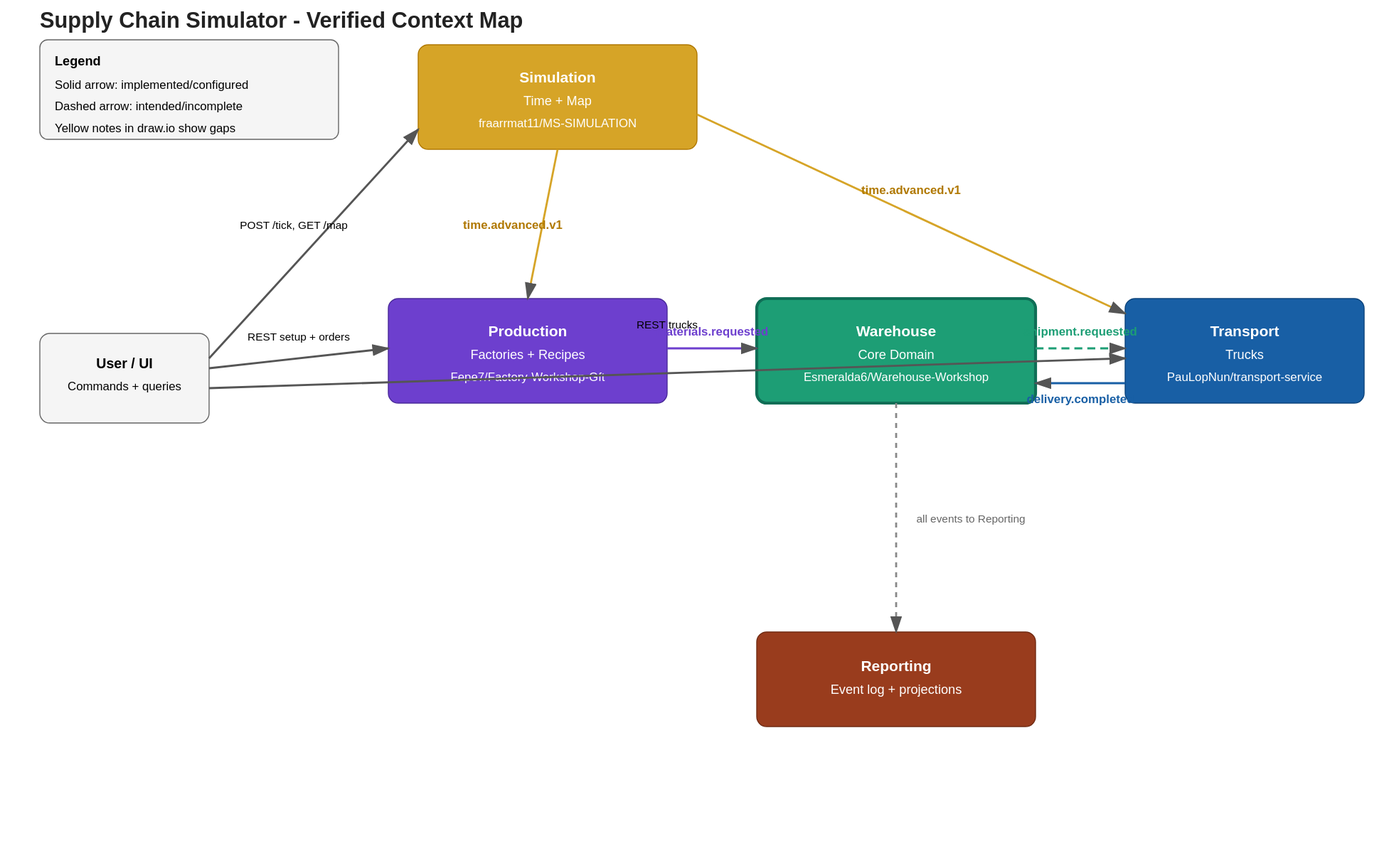
The draw.io diagram context-map.drawio.svg in PauLopNun/workshop-suministros, before a commit. Source tidied: cells renumbered, new cells last; positions are measured from the earlier drawing's top-left corner, leaving out a move shared by most shapes.
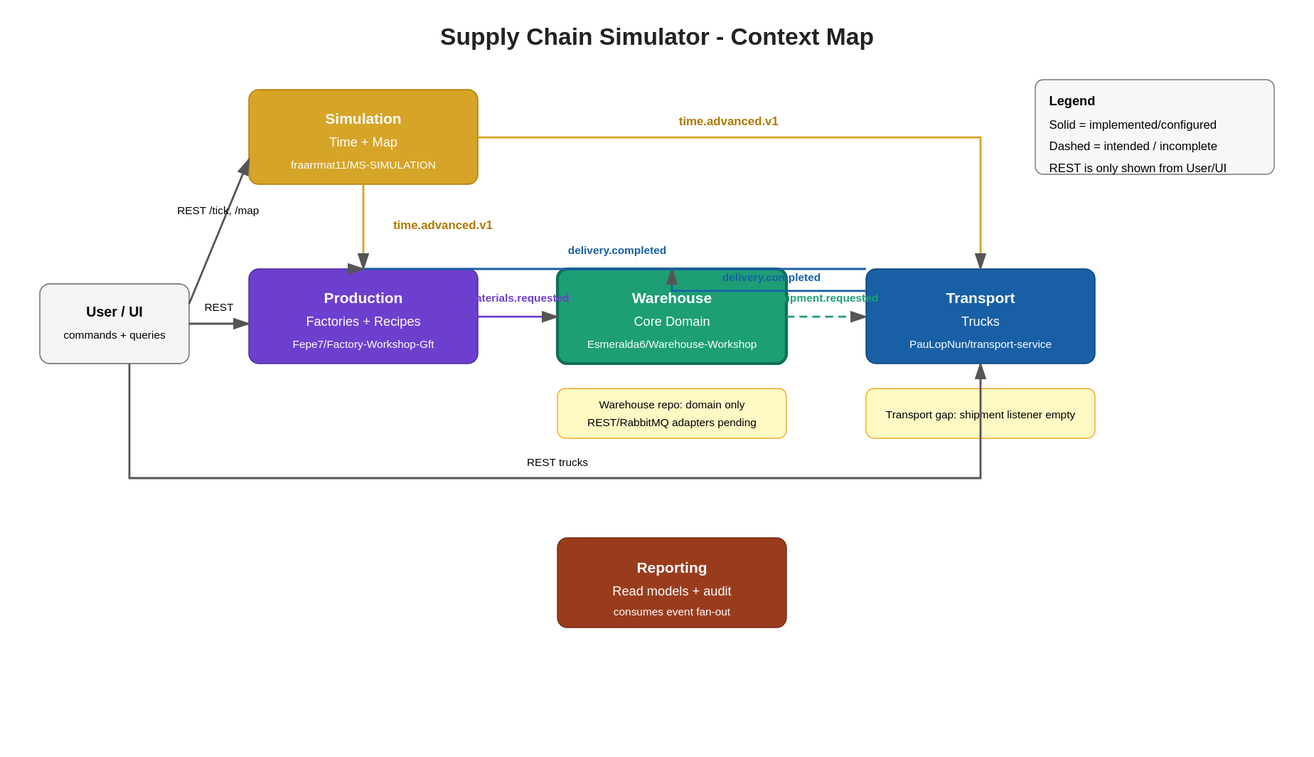
The same diagram one commit later.

Commit message:
docs: simplify context map layout

The edit, as a diff of the source:
```diff
@@ -2,77 +2,113 @@
   <root>
     <mxCell id="0" />
     <mxCell id="1" parent="0" />
+    <mxCell id="26" value="Supply Chain Simulator - Context Map" style="text;html=1;strokeColor=none;fillColor=none;align=center;verticalAlign=middle;fontSize=24;fontStyle=1;fontColor=#222222;" parent="1" vertex="1">
+      <mxGeometry x="350" y="-20" width="540" height="40" as="geometry" />
+    </mxCell>
-    <mxCell id="2" value="&lt;b&gt;User / UI&lt;/b&gt;&lt;br&gt;Commands + queries" style="rounded=1;whiteSpace=wrap;html=1;fillColor=#f5f5f5;strokeColor=#666666;fontColor=#333333;fontSize=14;align=center;verticalAlign=middle;" parent="1" vertex="1">
-      <mxGeometry y="295" width="170" height="90" as="geometry" />
+    <mxCell id="2" value="&lt;b&gt;User / UI&lt;/b&gt;&lt;br&gt;&lt;font style=&quot;font-size: 11px;&quot;&gt;commands + queries&lt;/font&gt;" style="rounded=1;whiteSpace=wrap;html=1;fillColor=#f5f5f5;strokeColor=#666666;fontColor=#333333;fontSize=14;align=center;verticalAlign=middle;" parent="1" vertex="1">
+      <mxGeometry y="245" width="150" height="80" as="geometry" />
     </mxCell>
-    <mxCell id="3" value="&lt;b&gt;Simulation&lt;/b&gt;&lt;br&gt;Time + Map&lt;br&gt;fraarrmat11/MS-SIMULATION" style="rounded=1;whiteSpace=wrap;html=1;fillColor=#d6a427;strokeColor=#b07800;fontColor=#ffffff;fontSize=14;align=center;verticalAlign=middle;" parent="1" vertex="1">
-      <mxGeometry x="380" y="5" width="280" height="105" as="geometry" />
+    <mxCell id="3" value="&lt;b&gt;Simulation&lt;/b&gt;&lt;br&gt;Time + Map&lt;br&gt;&lt;font style=&quot;font-size: 11px;&quot;&gt;fraarrmat11/MS-SIMULATION&lt;/font&gt;" style="rounded=1;whiteSpace=wrap;html=1;fillColor=#d6a427;strokeColor=#b07800;fontColor=#ffffff;fontSize=14;align=center;verticalAlign=middle;" parent="1" vertex="1">
+      <mxGeometry x="210" y="50" width="230" height="95" as="geometry" />
     </mxCell>
-    <mxCell id="4" value="&lt;b&gt;Production&lt;/b&gt;&lt;br&gt;Factories + Recipes&lt;br&gt;Fepe7/Factory-Workshop-Gft" style="rounded=1;whiteSpace=wrap;html=1;fillColor=#6d3fce;strokeColor=#4a2a9a;fontColor=#ffffff;fontSize=14;align=center;verticalAlign=middle;" parent="1" vertex="1">
-      <mxGeometry x="350" y="260" width="280" height="105" as="geometry" />
+    <mxCell id="4" value="&lt;b&gt;Production&lt;/b&gt;&lt;br&gt;Factories + Recipes&lt;br&gt;&lt;font style=&quot;font-size: 11px;&quot;&gt;Fepe7/Factory-Workshop-Gft&lt;/font&gt;" style="rounded=1;whiteSpace=wrap;html=1;fillColor=#6d3fce;strokeColor=#4a2a9a;fontColor=#ffffff;fontSize=14;align=center;verticalAlign=middle;" parent="1" vertex="1">
+      <mxGeometry x="210" y="230" width="230" height="95" as="geometry" />
     </mxCell>
-    <mxCell id="5" value="&lt;b&gt;Warehouse&lt;/b&gt;&lt;br&gt;Core Domain&lt;br&gt;Esmeralda6/Warehouse-Workshop" style="rounded=1;whiteSpace=wrap;html=1;fillColor=#1d9e75;strokeColor=#0f6e56;fontColor=#ffffff;fontSize=14;align=center;verticalAlign=middle;strokeWidth=3;" parent="1" vertex="1">
-      <mxGeometry x="720" y="260" width="280" height="105" as="geometry" />
+    <mxCell id="5" value="&lt;b&gt;Warehouse&lt;/b&gt;&lt;br&gt;Core Domain&lt;br&gt;&lt;font style=&quot;font-size: 11px;&quot;&gt;Esmeralda6/Warehouse-Workshop&lt;/font&gt;" style="rounded=1;whiteSpace=wrap;html=1;fillColor=#1d9e75;strokeColor=#0f6e56;fontColor=#ffffff;fontSize=14;align=center;verticalAlign=middle;strokeWidth=3;" parent="1" vertex="1">
+      <mxGeometry x="520" y="230" width="230" height="95" as="geometry" />
     </mxCell>
-    <mxCell id="6" value="&lt;b&gt;Transport&lt;/b&gt;&lt;br&gt;Trucks&lt;br&gt;PauLopNun/transport-service" style="rounded=1;whiteSpace=wrap;html=1;fillColor=#185fa5;strokeColor=#0c447c;fontColor=#ffffff;fontSize=14;align=center;verticalAlign=middle;" parent="1" vertex="1">
-      <mxGeometry x="1090" y="260" width="240" height="105" as="geometry" />
+    <mxCell id="6" value="&lt;b&gt;Transport&lt;/b&gt;&lt;br&gt;Trucks&lt;br&gt;&lt;font style=&quot;font-size: 11px;&quot;&gt;PauLopNun/transport-service&lt;/font&gt;" style="rounded=1;whiteSpace=wrap;html=1;fillColor=#185fa5;strokeColor=#0c447c;fontColor=#ffffff;fontSize=14;align=center;verticalAlign=middle;" parent="1" vertex="1">
+      <mxGeometry x="830" y="230" width="230" height="95" as="geometry" />
     </mxCell>
-    <mxCell id="7" value="&lt;b&gt;Reporting&lt;/b&gt;&lt;br&gt;Event log + projections" style="rounded=1;whiteSpace=wrap;html=1;fillColor=#993c1d;strokeColor=#712b13;fontColor=#ffffff;fontSize=14;align=center;verticalAlign=middle;" parent="1" vertex="1">
-      <mxGeometry x="720" y="595" width="280" height="95" as="geometry" />
+    <mxCell id="7" value="&lt;b&gt;Reporting&lt;/b&gt;&lt;br&gt;Read models + audit&lt;br&gt;&lt;font style=&quot;font-size: 11px;&quot;&gt;consumes event fan-out&lt;/font&gt;" style="rounded=1;whiteSpace=wrap;html=1;fillColor=#993c1d;strokeColor=#712b13;fontColor=#ffffff;fontSize=14;align=center;verticalAlign=middle;" parent="1" vertex="1">
+      <mxGeometry x="520" y="500" width="230" height="90" as="geometry" />
     </mxCell>
+    <mxCell id="12" value="&lt;b&gt;Legend&lt;/b&gt;&lt;br&gt;Solid = implemented/configured&lt;br&gt;Dashed = intended / incomplete&lt;br&gt;REST is only shown from User/UI" style="rounded=1;whiteSpace=wrap;html=1;fillColor=#f7f7f7;strokeColor=#777777;fontColor=#333333;fontSize=12;align=left;verticalAlign=middle;spacingLeft=10;" parent="1" vertex="1">
+      <mxGeometry x="1000" y="40" width="240" height="95" as="geometry" />
+    </mxCell>
+    <mxCell id="27" value="Warehouse repo: domain only&lt;br&gt;REST/RabbitMQ adapters pending" style="rounded=1;whiteSpace=wrap;html=1;fillColor=#fff9c4;strokeColor=#f9a825;fontColor=#333333;fontSize=11;align=center;verticalAlign=middle;" parent="1" vertex="1">
+      <mxGeometry x="520" y="350" width="230" height="50" as="geometry" />
+    </mxCell>
+    <mxCell id="28" value="Transport gap: shipment listener empty" style="rounded=1;whiteSpace=wrap;html=1;fillColor=#fff9c4;strokeColor=#f9a825;fontColor=#333333;fontSize=11;align=center;verticalAlign=middle;" parent="1" vertex="1">
+      <mxGeometry x="830" y="350" width="230" height="50" as="geometry" />
+    </mxCell>
-    <mxCell id="8" value="&lt;b&gt;REST&lt;/b&gt;&lt;br&gt;POST /tick&lt;br&gt;GET /map" style="rounded=1;whiteSpace=wrap;html=1;fillColor=#fff2cc;strokeColor=#d6b656;fontColor=#333333;fontSize=11;align=center;verticalAlign=middle;" parent="1" vertex="1">
-      <mxGeometry x="385" y="125" width="270" height="70" as="geometry" />
+    <mxCell id="8" value="REST&lt;br&gt;POST /tick&lt;br&gt;GET /map" style="edgeStyle=orthogonalEdgeStyle;rounded=1;html=1;strokeColor=#555555;fontColor=#555555;fontSize=11;endArrow=block;endFill=1;labelBackgroundColor=#ffffff;" parent="1" edge="1" source="2" target="3">
+      <mxGeometry relative="1" as="geometry" />
     </mxCell>
-    <mxCell id="9" value="&lt;b&gt;REST&lt;/b&gt;&lt;br&gt;POST /factories, POST /recipes&lt;br&gt;GET /recipes, GET /factories/{productId}&lt;br&gt;POST /warehouses/{warehouseId}/orders" style="rounded=1;whiteSpace=wrap;html=1;fillColor=#e1d5e7;strokeColor=#9673a6;fontColor=#333333;fontSize=11;align=center;verticalAlign=middle;" parent="1" vertex="1">
-      <mxGeometry x="330" y="380" width="320" height="82" as="geometry" />
-    </mxCell>
-    <mxCell id="10" value="&lt;b&gt;Repo status&lt;/b&gt;&lt;br&gt;Domain implemented&lt;br&gt;REST/RabbitMQ adapters pending&lt;br&gt;shipment.requested.v1 intended" style="rounded=1;whiteSpace=wrap;html=1;fillColor=#fff9c4;strokeColor=#f9a825;fontColor=#333333;fontSize=11;align=center;verticalAlign=middle;" parent="1" vertex="1">
-      <mxGeometry x="720" y="380" width="280" height="82" as="geometry" />
-    </mxCell>
-    <mxCell id="11" value="&lt;b&gt;REST&lt;/b&gt;&lt;br&gt;POST /trucks&lt;br&gt;GET /trucks&lt;br&gt;&lt;b&gt;Gap&lt;/b&gt; shipment listener empty" style="rounded=1;whiteSpace=wrap;html=1;fillColor=#dae8fc;strokeColor=#6c8ebf;fontColor=#333333;fontSize=11;align=center;verticalAlign=middle;" parent="1" vertex="1">
-      <mxGeometry x="1090" y="380" width="240" height="82" as="geometry" />
-    </mxCell>
-    <mxCell id="12" value="&lt;b&gt;Legend&lt;/b&gt;&lt;br&gt;Solid arrow: implemented/configured&lt;br&gt;Dashed arrow: intended or incomplete&lt;br&gt;Reporting consumes event fan-out" style="rounded=1;whiteSpace=wrap;html=1;fillColor=#f5f5f5;strokeColor=#666666;fontColor=#333333;fontSize=12;align=left;verticalAlign=middle;spacingLeft=10;" parent="1" vertex="1">
-      <mxGeometry width="300" height="100" as="geometry" />
-    </mxCell>
-    <mxCell id="13" value="REST commands / reads" style="edgeStyle=orthogonalEdgeStyle;rounded=1;html=1;strokeColor=#555555;fontColor=#555555;fontSize=11;endArrow=block;endFill=1;" parent="1" edge="1" source="2" target="3">
-      <mxGeometry relative="1" as="geometry" />
-    </mxCell>
-    <mxCell id="14" value="REST setup + store order" style="edgeStyle=orthogonalEdgeStyle;rounded=1;html=1;strokeColor=#555555;fontColor=#555555;fontSize=11;endArrow=block;endFill=1;" parent="1" edge="1" source="2" target="4">
+    <mxCell id="14" value="REST&lt;br&gt;setup + orders" style="edgeStyle=orthogonalEdgeStyle;rounded=1;html=1;strokeColor=#555555;fontColor=#555555;fontSize=11;endArrow=block;endFill=1;labelBackgroundColor=#ffffff;" parent="1" edge="1" source="2" target="4">
       <mxGeometry relative="1" as="geometry" />
     </mxCell>
-    <mxCell id="15" value="REST truck admin / initial state" style="edgeStyle=orthogonalEdgeStyle;rounded=1;html=1;strokeColor=#555555;fontColor=#555555;fontSize=11;endArrow=block;endFill=1;" parent="1" edge="1" source="2" target="6">
-      <mxGeometry relative="1" as="geometry" />
+    <mxCell id="15" value="REST&lt;br&gt;POST /trucks&lt;br&gt;GET /trucks" style="edgeStyle=orthogonalEdgeStyle;rounded=1;html=1;strokeColor=#555555;fontColor=#555555;fontSize=11;endArrow=block;endFill=1;labelBackgroundColor=#ffffff;" parent="1" edge="1" source="2" target="6">
+      <mxGeometry relative="1" as="geometry">
+        <Array as="points">
+          <mxPoint x="90" y="440" />
+          <mxPoint x="945" y="440" />
+        </Array>
+      </mxGeometry>
     </mxCell>
-    <mxCell id="16" value="time.advanced.v1" style="edgeStyle=orthogonalEdgeStyle;rounded=1;html=1;strokeColor=#d6a427;fontColor=#d6a427;fontSize=12;fontStyle=1;endArrow=block;endFill=1;" parent="1" edge="1" source="3" target="4">
+    <mxCell id="16" value="time.advanced.v1" style="edgeStyle=orthogonalEdgeStyle;rounded=1;html=1;strokeColor=#d6a427;fontColor=#b07800;fontSize=12;fontStyle=1;endArrow=block;endFill=1;labelBackgroundColor=#ffffff;" parent="1" edge="1" source="3" target="4">
       <mxGeometry relative="1" as="geometry" />
     </mxCell>
-    <mxCell id="17" value="time.advanced.v1" style="edgeStyle=orthogonalEdgeStyle;rounded=1;html=1;strokeColor=#d6a427;fontColor=#d6a427;fontSize=12;fontStyle=1;endArrow=block;endFill=1;" parent="1" edge="1" source="3" target="6">
-      <mxGeometry relative="1" as="geometry" />
+    <mxCell id="17" value="time.advanced.v1" style="edgeStyle=orthogonalEdgeStyle;rounded=1;html=1;strokeColor=#d6a427;fontColor=#b07800;fontSize=12;fontStyle=1;endArrow=block;endFill=1;labelBackgroundColor=#ffffff;" parent="1" edge="1" source="3" target="6">
+      <mxGeometry relative="1" as="geometry">
+        <Array as="points">
+          <mxPoint x="945" y="98" />
+        </Array>
+      </mxGeometry>
     </mxCell>
-    <mxCell id="18" value="production.materials.requested.v1" style="edgeStyle=orthogonalEdgeStyle;rounded=1;html=1;strokeColor=#6d3fce;fontColor=#6d3fce;fontSize=12;fontStyle=1;endArrow=block;endFill=1;" parent="1" edge="1" source="4" target="5">
+    <mxCell id="18" value="production.materials.requested.v1" style="edgeStyle=orthogonalEdgeStyle;rounded=1;html=1;strokeColor=#6d3fce;fontColor=#6d3fce;fontSize=12;fontStyle=1;endArrow=block;endFill=1;labelBackgroundColor=#ffffff;" parent="1" edge="1" source="4" target="5">
       <mxGeometry relative="1" as="geometry" />
     </mxCell>
-    <mxCell id="19" value="shipment.requested.v1" style="edgeStyle=orthogonalEdgeStyle;rounded=1;html=1;strokeColor=#1d9e75;fontColor=#1d9e75;fontSize=12;fontStyle=1;dashed=1;dashPattern=6 4;endArrow=block;endFill=1;" parent="1" edge="1" source="5" target="6">
+    <mxCell id="19" value="shipment.requested.v1" style="edgeStyle=orthogonalEdgeStyle;rounded=1;html=1;strokeColor=#1d9e75;fontColor=#1d9e75;fontSize=12;fontStyle=1;dashed=1;dashPattern=6 4;endArrow=block;endFill=1;labelBackgroundColor=#ffffff;" parent="1" edge="1" source="5" target="6">
       <mxGeometry relative="1" as="geometry" />
     </mxCell>
-    <mxCell id="20" value="delivery.completed.v1" style="edgeStyle=orthogonalEdgeStyle;rounded=1;html=1;strokeColor=#185fa5;fontColor=#185fa5;fontSize=12;fontStyle=1;endArrow=block;endFill=1;" parent="1" edge="1" source="6" target="5">
-      <mxGeometry relative="1" as="geometry" />
+    <mxCell id="20" value="delivery.completed.v1" style="edgeStyle=orthogonalEdgeStyle;rounded=1;html=1;strokeColor=#185fa5;fontColor=#185fa5;fontSize=12;fontStyle=1;endArrow=block;endFill=1;labelBackgroundColor=#ffffff;" parent="1" edge="1" source="6" target="5">
+      <mxGeometry relative="1" as="geometry">
+        <Array as="points">
+          <mxPoint x="945" y="205" />
+          <mxPoint x="635" y="205" />
+        </Array>
+      </mxGeometry>
     </mxCell>
-    <mxCell id="21" value="delivery.completed.v1" style="edgeStyle=orthogonalEdgeStyle;rounded=1;html=1;strokeColor=#185fa5;fontColor=#185fa5;fontSize=12;fontStyle=1;endArrow=block;endFill=1;" parent="1" edge="1" source="6" target="4">
-      <mxGeometry relative="1" as="geometry" />
+    <mxCell id="21" value="delivery.completed.v1" style="edgeStyle=orthogonalEdgeStyle;rounded=1;html=1;strokeColor=#185fa5;fontColor=#185fa5;fontSize=12;fontStyle=1;endArrow=block;endFill=1;labelBackgroundColor=#ffffff;" parent="1" edge="1" source="6" target="4">
+      <mxGeometry relative="1" as="geometry">
+        <Array as="points">
+          <mxPoint x="945" y="180" />
+          <mxPoint x="325" y="180" />
+        </Array>
+      </mxGeometry>
     </mxCell>
-    <mxCell id="22" value="truck.registered.v1 / truck.position.updated.v1" style="edgeStyle=orthogonalEdgeStyle;rounded=1;html=1;strokeColor=#888888;fontColor=#666666;fontSize=11;dashed=1;dashPattern=4 4;endArrow=block;endFill=1;" parent="1" edge="1" source="6" target="3">
-      <mxGeometry relative="1" as="geometry" />
+    <mxCell id="22" value="truck.registered.v1&lt;br&gt;truck.position.updated.v1" style="edgeStyle=orthogonalEdgeStyle;rounded=1;html=1;strokeColor=#888888;fontColor=#666666;fontSize=11;dashed=1;dashPattern=4 4;endArrow=block;endFill=1;labelBackgroundColor=#ffffff;" parent="1" edge="1" source="6" target="3">
+      <mxGeometry relative="1" as="geometry">
+        <Array as="points">
+          <mxPoint x="945" y="30" />
+          <mxPoint x="325" y="30" />
+        </Array>
+      </mxGeometry>
     </mxCell>
-    <mxCell id="23" value="warehouse.registered.v1" style="edgeStyle=orthogonalEdgeStyle;rounded=1;html=1;strokeColor=#888888;fontColor=#666666;fontSize=11;dashed=1;dashPattern=4 4;endArrow=block;endFill=1;" parent="1" edge="1" source="5" target="3">
-      <mxGeometry relative="1" as="geometry" />
+    <mxCell id="23" value="warehouse.registered.v1" style="edgeStyle=orthogonalEdgeStyle;rounded=1;html=1;strokeColor=#888888;fontColor=#666666;fontSize=11;dashed=1;dashPattern=4 4;endArrow=block;endFill=1;labelBackgroundColor=#ffffff;" parent="1" edge="1" source="5" target="3">
+      <mxGeometry relative="1" as="geometry">
+        <Array as="points">
+          <mxPoint x="635" y="150" />
+        </Array>
+      </mxGeometry>
     </mxCell>
-    <mxCell id="24" value="all business events" style="edgeStyle=orthogonalEdgeStyle;rounded=1;html=1;strokeColor=#888888;fontColor=#666666;fontSize=11;dashed=1;dashPattern=4 4;endArrow=block;endFill=1;" parent="1" edge="1" source="4" target="7">
-      <mxGeometry relative="1" as="geometry" />
+    <mxCell id="24" value="production events" style="edgeStyle=orthogonalEdgeStyle;rounded=1;html=1;strokeColor=#888888;fontColor=#666666;fontSize=11;dashed=1;dashPattern=4 4;endArrow=block;endFill=1;labelBackgroundColor=#ffffff;" parent="1" edge="1" source="4" target="7">
+      <mxGeometry relative="1" as="geometry">
+        <Array as="points">
+          <mxPoint x="325" y="545" />
+        </Array>
+      </mxGeometry>
     </mxCell>
+    <mxCell id="29" value="warehouse events" style="edgeStyle=orthogonalEdgeStyle;rounded=1;html=1;strokeColor=#888888;fontColor=#666666;fontSize=11;dashed=1;dashPattern=4 4;endArrow=block;endFill=1;labelBackgroundColor=#ffffff;" parent="1" edge="1" source="5" target="7">
+      <mxGeometry relative="1" as="geometry" />
+    </mxCell>
-    <mxCell id="25" value="truck.status.changed.v1 / delivery.completed.v1" style="edgeStyle=orthogonalEdgeStyle;rounded=1;html=1;strokeColor=#888888;fontColor=#666666;fontSize=11;dashed=1;dashPattern=4 4;endArrow=block;endFill=1;" parent="1" edge="1" source="6" target="7">
-      <mxGeometry relative="1" as="geometry" />
+    <mxCell id="25" value="truck / delivery events" style="edgeStyle=orthogonalEdgeStyle;rounded=1;html=1;strokeColor=#888888;fontColor=#666666;fontSize=11;dashed=1;dashPattern=4 4;endArrow=block;endFill=1;labelBackgroundColor=#ffffff;" parent="1" edge="1" source="6" target="7">
+      <mxGeometry relative="1" as="geometry">
+        <Array as="points">
+          <mxPoint x="945" y="545" />
+        </Array>
+      </mxGeometry>
     </mxCell>
   </root>
 </mxGraphModel>
```
